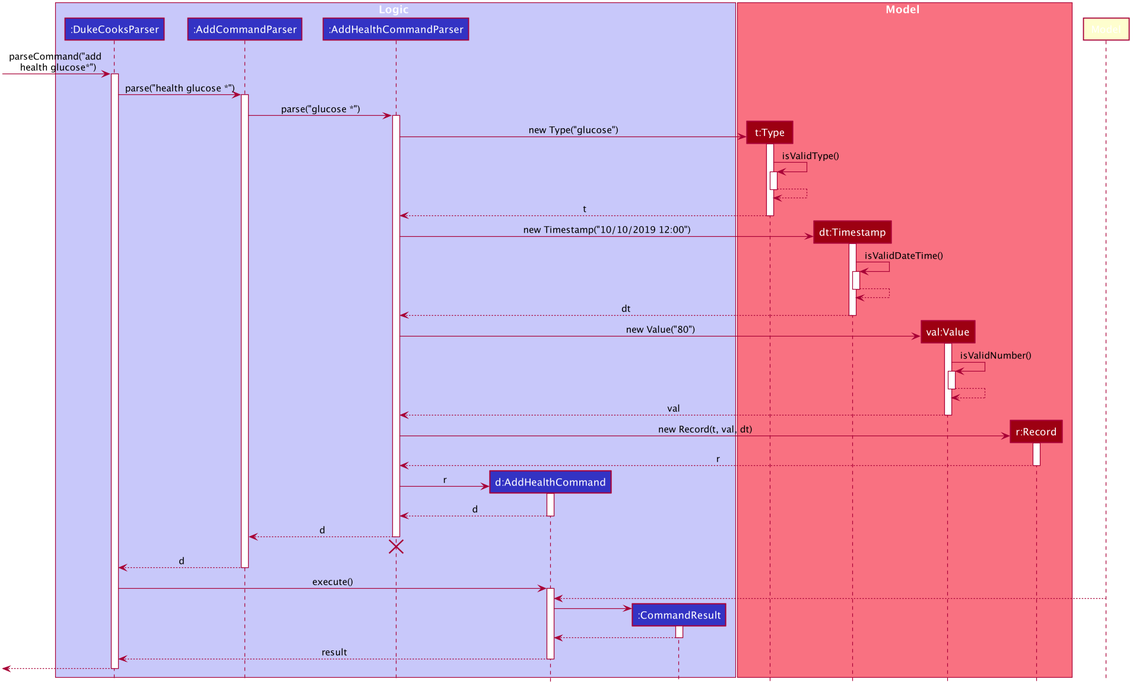
Earlier version of the PlantUML export docs/images/AddHealthSequenceDiagram.png (nus-cs2103-AY1920S1/addressbook-level3). Source of this version:
```plantuml
@startuml








skinparam BackgroundColor #FFFFFFF

skinparam Shadowing false

skinparam Class {
    FontColor #FFFFFF
    BorderThickness 1
    BorderColor #FFFFFF
    StereotypeFontColor #FFFFFF
    FontName Arial
}

skinparam Actor {
    BorderColor #000000
    Color #000000
    FontName Arial
}

skinparam Sequence {
    MessageAlign center
    BoxFontSize 15
    BoxPadding 0
    BoxFontColor #FFFFFF
    FontName Arial
}

skinparam Participant {
    FontColor #FFFFFFF
    Padding 20
}

skinparam MinClassWidth 50
skinparam ParticipantPadding 10
skinparam Shadowing false
skinparam DefaultTextAlignment center
skinparam packageStyle Rectangle

hide footbox
hide members
hide circle

box Logic #C8C8FA
participant ":DukeCooksParser" as DukeCooksParser #3333C4
participant ":AddCommandParser" as AddCommandParser #3333C4
participant ":AddHealthCommandParser" as AddHealthCommandParser #3333C4
participant "d:AddHealthCommand" as AddHealthCommand #3333C4
participant ":CommandResult" as CommandResult #3333C4
end box

box Model #F97181
participant "t:Type" as Type #9D0012
participant "dt:Timestamp" as Timestamp #9D0012
participant "val:Value" as Value #9D0012
participant "r:Record" as Record #9D0012
end box

[-> DukeCooksParser : parseCommand("add \n health glucose*")
activate DukeCooksParser

DukeCooksParser -> AddCommandParser : parse("health glucose *")
activate AddCommandParser

AddCommandParser -> AddHealthCommandParser :  parse("glucose *")
activate AddHealthCommandParser

create Type
AddHealthCommandParser -> Type : new Type("glucose")
activate Type

Type -> Type : isValidType()
activate Type

Type --> Type
deactivate Type

Type --> AddHealthCommandParser : t
deactivate Type

create Timestamp
AddHealthCommandParser -> Timestamp : new Timestamp("10/10/2019 12:00")
activate Timestamp

Timestamp -> Timestamp : isValidDateTime()
activate Timestamp

Timestamp --> Timestamp
deactivate Timestamp

Timestamp --> AddHealthCommandParser : dt
deactivate Timestamp

create Value
AddHealthCommandParser -> Value : new Value("80")
activate Value

Value -> Value : isValidNumber()
activate Value

Value --> Value
deactivate Value

Value --> AddHealthCommandParser : val
deactivate Value

create Record
AddHealthCommandParser -> Record : new Record(t, val, dt)
activate Record

Record --> AddHealthCommandParser : r
deactivate Record

create AddHealthCommand
AddHealthCommandParser -> AddHealthCommand : r
activate AddHealthCommand

AddHealthCommand --> AddHealthCommandParser : d
deactivate AddHealthCommand

AddHealthCommandParser --> AddCommandParser : d
deactivate AddHealthCommandParser
AddHealthCommandParser -[hidden]-> AddCommandParser
destroy AddHealthCommandParser

AddCommandParser --> DukeCooksParser : d
deactivate AddCommandParser

DukeCooksParser -> AddHealthCommand : execute()
activate AddHealthCommand

Model --> AddHealthCommand
deactivate Model

create CommandResult
AddHealthCommand -> CommandResult
activate CommandResult

CommandResult --> AddHealthCommand
deactivate CommandResult

AddHealthCommand --> DukeCooksParser : result
deactivate AddHealthCommand

[<--DukeCooksParser
deactivate DukeCooksParser
@enduml
```
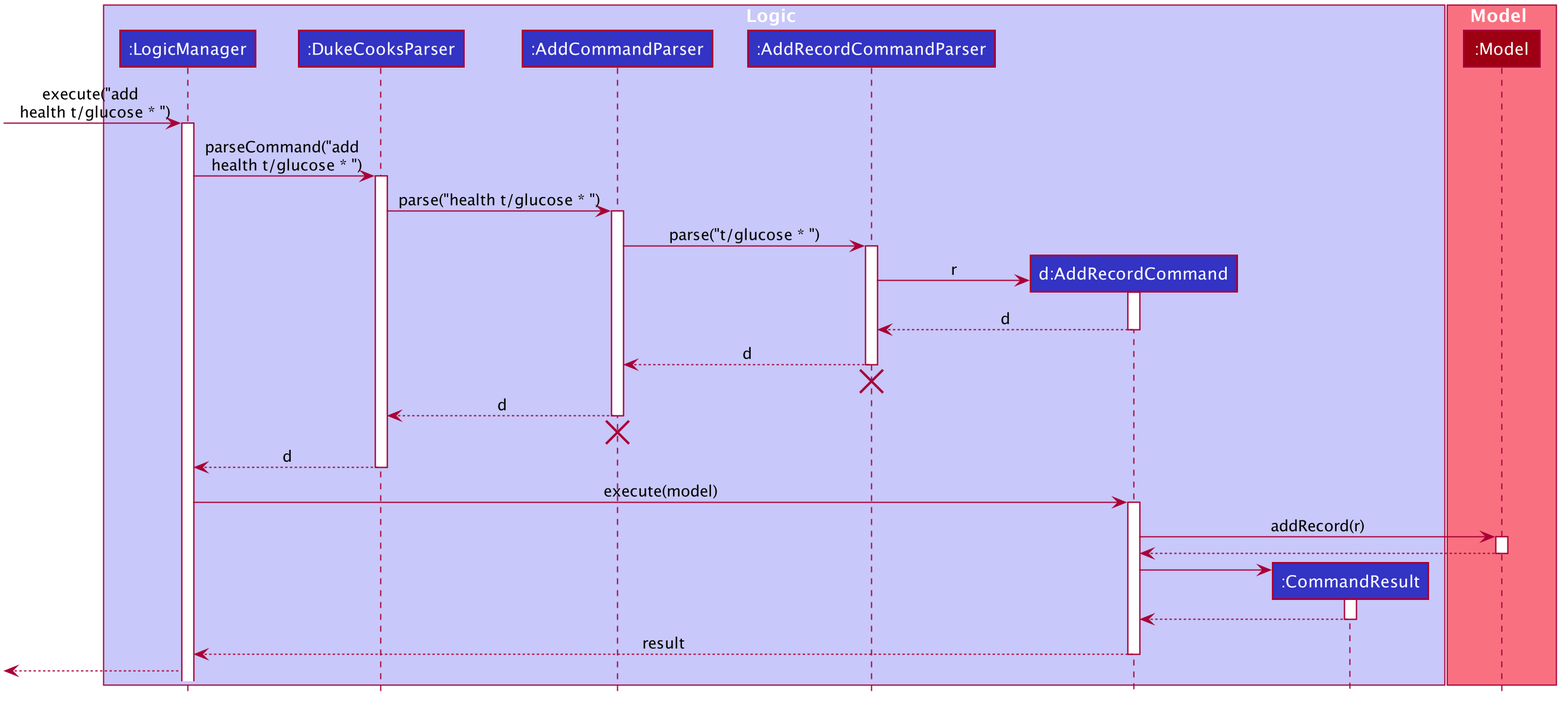
After the commit.

Change to the diagram source:
```diff
@@ -49,106 +49,69 @@
 hide circle
 
 box Logic #C8C8FA
+participant ":LogicManager" as LogicManager #3333C4
 participant ":DukeCooksParser" as DukeCooksParser #3333C4
 participant ":AddCommandParser" as AddCommandParser #3333C4
-participant ":AddHealthCommandParser" as AddHealthCommandParser #3333C4
-participant "d:AddHealthCommand" as AddHealthCommand #3333C4
+participant ":AddRecordCommandParser" as AddRecordCommandParser #3333C4
+participant "d:AddRecordCommand" as AddRecordCommand #3333C4
 participant ":CommandResult" as CommandResult #3333C4
 end box
 
 box Model #F97181
-participant "t:Type" as Type #9D0012
-participant "dt:Timestamp" as Timestamp #9D0012
-participant "val:Value" as Value #9D0012
-participant "r:Record" as Record #9D0012
+participant ":Model" as Model #9D0012
 end box
 
-[-> DukeCooksParser : parseCommand("add \n health glucose*")
+[-> LogicManager : execute("add \n health t/glucose * ")
+activate LogicManager
+
+LogicManager -> DukeCooksParser : parseCommand("add \n health t/glucose * ")
 activate DukeCooksParser
 
-DukeCooksParser -> AddCommandParser : parse("health glucose *")
+DukeCooksParser -> AddCommandParser : parse("health t/glucose * ")
 activate AddCommandParser
 
-AddCommandParser -> AddHealthCommandParser :  parse("glucose *")
-activate AddHealthCommandParser
+AddCommandParser -> AddRecordCommandParser :  parse("t/glucose * ")
+activate AddRecordCommandParser
 
-create Type
-AddHealthCommandParser -> Type : new Type("glucose")
-activate Type
+create AddRecordCommand
+AddRecordCommandParser -> AddRecordCommand : r
+activate AddRecordCommand
 
-Type -> Type : isValidType()
-activate Type
+AddRecordCommand --> AddRecordCommandParser : d
+deactivate AddRecordCommand
 
-Type --> Type
-deactivate Type
-
-Type --> AddHealthCommandParser : t
-deactivate Type
-
-create Timestamp
-AddHealthCommandParser -> Timestamp : new Timestamp("10/10/2019 12:00")
-activate Timestamp
-
-Timestamp -> Timestamp : isValidDateTime()
-activate Timestamp
-
-Timestamp --> Timestamp
-deactivate Timestamp
-
-Timestamp --> AddHealthCommandParser : dt
-deactivate Timestamp
-
-create Value
-AddHealthCommandParser -> Value : new Value("80")
-activate Value
-
-Value -> Value : isValidNumber()
-activate Value
-
-Value --> Value
-deactivate Value
-
-Value --> AddHealthCommandParser : val
-deactivate Value
-
-create Record
-AddHealthCommandParser -> Record : new Record(t, val, dt)
-activate Record
-
-Record --> AddHealthCommandParser : r
-deactivate Record
-
-create AddHealthCommand
-AddHealthCommandParser -> AddHealthCommand : r
-activate AddHealthCommand
-
-AddHealthCommand --> AddHealthCommandParser : d
-deactivate AddHealthCommand
-
-AddHealthCommandParser --> AddCommandParser : d
-deactivate AddHealthCommandParser
-AddHealthCommandParser -[hidden]-> AddCommandParser
-destroy AddHealthCommandParser
+AddRecordCommandParser --> AddCommandParser : d
+deactivate AddRecordCommandParser
+AddRecordCommandParser -[hidden]-> AddCommandParser
+destroy AddRecordCommandParser
 
 AddCommandParser --> DukeCooksParser : d
 deactivate AddCommandParser
+AddCommandParser -[hidden]-> DukeCooksParser
+destroy AddCommandParser
 
-DukeCooksParser -> AddHealthCommand : execute()
-activate AddHealthCommand
+DukeCooksParser --> LogicManager : d
+deactivate DukeCooksParser
 
-Model --> AddHealthCommand
+LogicManager -> AddRecordCommand : execute(model)
+activate AddRecordCommand
+
+AddRecordCommand -> Model : addRecord(r)
+activate Model
+
+Model --> AddRecordCommand
 deactivate Model
 
 create CommandResult
-AddHealthCommand -> CommandResult
+AddRecordCommand -> CommandResult
 activate CommandResult
 
-CommandResult --> AddHealthCommand
+CommandResult --> AddRecordCommand
 deactivate CommandResult
 
-AddHealthCommand --> DukeCooksParser : result
-deactivate AddHealthCommand
+AddRecordCommand --> LogicManager : result
+deactivate AddRecordCommand
 
-[<--DukeCooksParser
+[<--LogicManager
 deactivate DukeCooksParser
 @enduml
```
